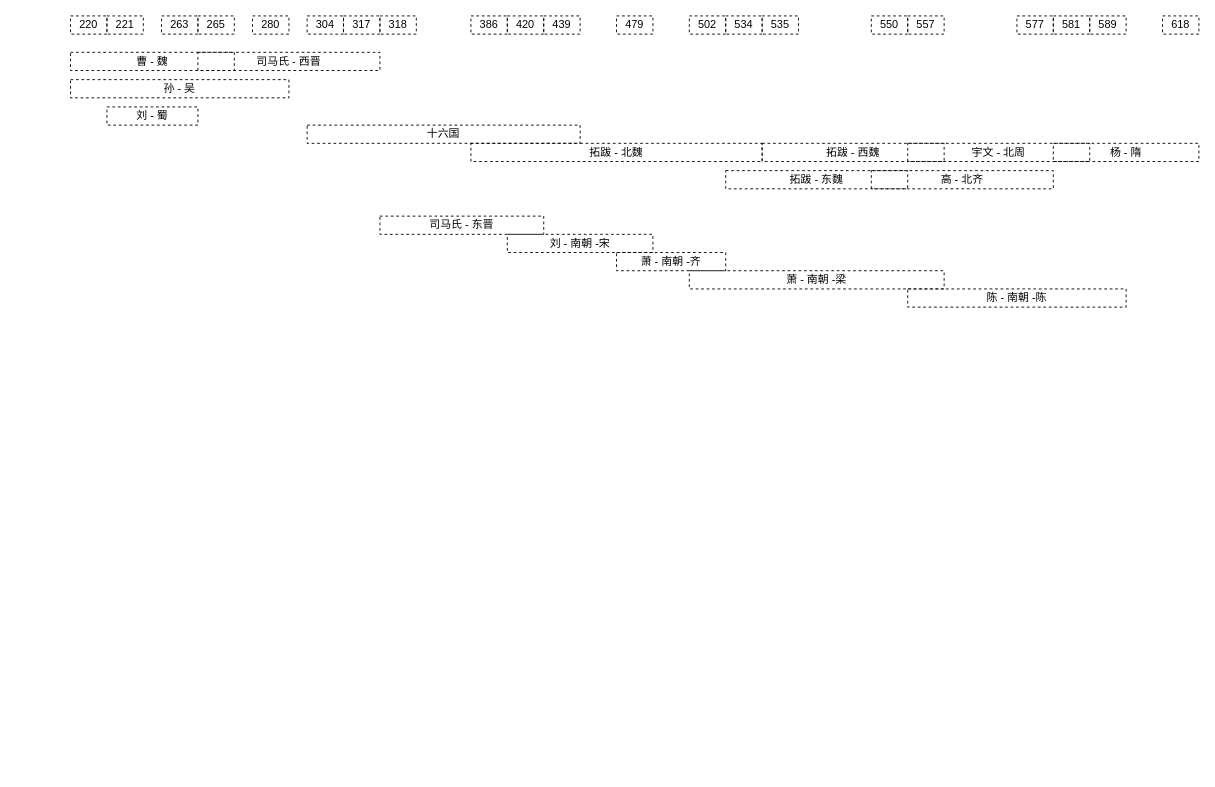
Before: links/三国两晋南北朝.drawio in gaochunf/fancy-world-events, a draw.io diagram. Source tidied: cells renumbered, new cells numbered last; positions are measured from the earlier drawing's top-left corner, leaving out a move shared by most shapes. Both pictures are drawn from the tidied source at 91%, with x=0, y=0 at pixel (70, 15).
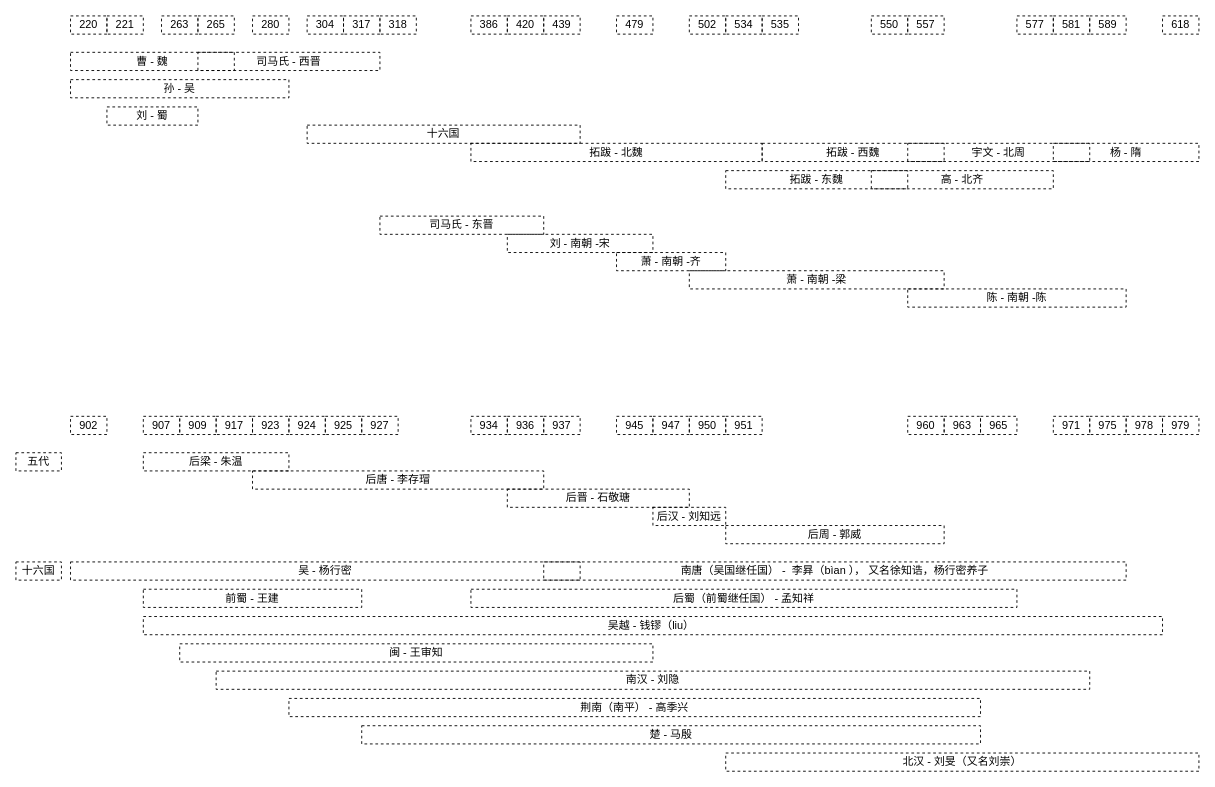
After the change.

What changed in the source:
```diff
@@
+    <mxCell id="39" value="907" style="rounded=0;whiteSpace=wrap;html=1;dashed=1;fillColor=none;" parent="1" vertex="1">
+      <mxGeometry x="80" y="440" width="40" height="20" as="geometry" />
+    </mxCell>
+    <mxCell id="40" value="923" style="rounded=0;whiteSpace=wrap;html=1;dashed=1;fillColor=none;" parent="1" vertex="1">
+      <mxGeometry x="200" y="440" width="40" height="20" as="geometry" />
+    </mxCell>
+    <mxCell id="41" value="936" style="rounded=0;whiteSpace=wrap;html=1;dashed=1;fillColor=none;" parent="1" vertex="1">
+      <mxGeometry x="480" y="440" width="40" height="20" as="geometry" />
+    </mxCell>
+    <mxCell id="42" value="947" style="rounded=0;whiteSpace=wrap;html=1;dashed=1;fillColor=none;" parent="1" vertex="1">
+      <mxGeometry x="640" y="440" width="40" height="20" as="geometry" />
+    </mxCell>
+    <mxCell id="43" value="950" style="rounded=0;whiteSpace=wrap;html=1;dashed=1;fillColor=none;" parent="1" vertex="1">
+      <mxGeometry x="680" y="440" width="40" height="20" as="geometry" />
+    </mxCell>
+    <mxCell id="44" value="960" style="rounded=0;whiteSpace=wrap;html=1;dashed=1;fillColor=none;" parent="1" vertex="1">
+      <mxGeometry x="920" y="440" width="40" height="20" as="geometry" />
+    </mxCell>
+    <mxCell id="45" value="后梁 - 朱温" style="rounded=0;whiteSpace=wrap;html=1;dashed=1;fillColor=none;" parent="1" vertex="1">
+      <mxGeometry x="80" y="480" width="160" height="20" as="geometry" />
+    </mxCell>
+    <mxCell id="46" value="后唐 - 李存瑁" style="rounded=0;whiteSpace=wrap;html=1;dashed=1;fillColor=none;" parent="1" vertex="1">
+      <mxGeometry x="200" y="500" width="320" height="20" as="geometry" />
+    </mxCell>
+    <mxCell id="47" value="后晋 - 石敬瑭" style="rounded=0;whiteSpace=wrap;html=1;dashed=1;fillColor=none;" parent="1" vertex="1">
+      <mxGeometry x="480" y="520" width="200" height="20" as="geometry" />
+    </mxCell>
+    <mxCell id="48" value="后汉 - 刘知远" style="rounded=0;whiteSpace=wrap;html=1;dashed=1;fillColor=none;" parent="1" vertex="1">
+      <mxGeometry x="640" y="540" width="80" height="20" as="geometry" />
+    </mxCell>
+    <mxCell id="49" value="后周 - 郭威" style="rounded=0;whiteSpace=wrap;html=1;dashed=1;fillColor=none;" parent="1" vertex="1">
+      <mxGeometry x="720" y="560" width="240" height="20" as="geometry" />
+    </mxCell>
+    <mxCell id="50" value="五代" style="rounded=0;whiteSpace=wrap;html=1;dashed=1;fillColor=none;" parent="1" vertex="1">
+      <mxGeometry x="-60" y="480" width="50" height="20" as="geometry" />
+    </mxCell>
+    <mxCell id="51" value="十六国" style="rounded=0;whiteSpace=wrap;html=1;dashed=1;fillColor=none;" parent="1" vertex="1">
+      <mxGeometry x="-60" y="600" width="50" height="20" as="geometry" />
+    </mxCell>
+    <mxCell id="52" value="902" style="rounded=0;whiteSpace=wrap;html=1;dashed=1;fillColor=none;" parent="1" vertex="1">
+      <mxGeometry y="440" width="40" height="20" as="geometry" />
+    </mxCell>
+    <mxCell id="53" value="937" style="rounded=0;whiteSpace=wrap;html=1;dashed=1;fillColor=none;" parent="1" vertex="1">
+      <mxGeometry x="520" y="440" width="40" height="20" as="geometry" />
+    </mxCell>
+    <mxCell id="54" value="吴 - 杨行密" style="rounded=0;whiteSpace=wrap;html=1;dashed=1;fillColor=none;" parent="1" vertex="1">
+      <mxGeometry y="600" width="560" height="20" as="geometry" />
+    </mxCell>
+    <mxCell id="55" value="925" style="rounded=0;whiteSpace=wrap;html=1;dashed=1;fillColor=none;" parent="1" vertex="1">
+      <mxGeometry x="280" y="440" width="40" height="20" as="geometry" />
+    </mxCell>
+    <mxCell id="56" value="前蜀 - 王建" style="rounded=0;whiteSpace=wrap;html=1;dashed=1;fillColor=none;" parent="1" vertex="1">
+      <mxGeometry x="80" y="630" width="240" height="20" as="geometry" />
+    </mxCell>
+    <mxCell id="57" value="978" style="rounded=0;whiteSpace=wrap;html=1;dashed=1;fillColor=none;" parent="1" vertex="1">
+      <mxGeometry x="1160" y="440" width="40" height="20" as="geometry" />
+    </mxCell>
+    <mxCell id="58" value="吴越 - 钱镠（liu）&amp;nbsp;" style="rounded=0;whiteSpace=wrap;html=1;dashed=1;fillColor=none;" parent="1" vertex="1">
+      <mxGeometry x="80" y="660" width="1120" height="20" as="geometry" />
+    </mxCell>
+    <mxCell id="59" value="909" style="rounded=0;whiteSpace=wrap;html=1;dashed=1;fillColor=none;" parent="1" vertex="1">
+      <mxGeometry x="120" y="440" width="40" height="20" as="geometry" />
+    </mxCell>
+    <mxCell id="60" value="945" style="rounded=0;whiteSpace=wrap;html=1;dashed=1;fillColor=none;" parent="1" vertex="1">
+      <mxGeometry x="600" y="440" width="40" height="20" as="geometry" />
+    </mxCell>
+    <mxCell id="61" value="闽 - 王审知" style="rounded=0;whiteSpace=wrap;html=1;dashed=1;fillColor=none;" parent="1" vertex="1">
+      <mxGeometry x="120" y="690" width="520" height="20" as="geometry" />
+    </mxCell>
+    <mxCell id="62" value="917" style="rounded=0;whiteSpace=wrap;html=1;dashed=1;fillColor=none;" parent="1" vertex="1">
+      <mxGeometry x="160" y="440" width="40" height="20" as="geometry" />
+    </mxCell>
+    <mxCell id="63" value="971" style="rounded=0;whiteSpace=wrap;html=1;dashed=1;fillColor=none;" parent="1" vertex="1">
+      <mxGeometry x="1080" y="440" width="40" height="20" as="geometry" />
+    </mxCell>
+    <mxCell id="64" value="南汉 - 刘隐" style="rounded=0;whiteSpace=wrap;html=1;dashed=1;fillColor=none;" parent="1" vertex="1">
+      <mxGeometry x="160" y="720" width="960" height="20" as="geometry" />
+    </mxCell>
+    <mxCell id="65" value="924" style="rounded=0;whiteSpace=wrap;html=1;dashed=1;fillColor=none;" parent="1" vertex="1">
+      <mxGeometry x="240" y="440" width="40" height="20" as="geometry" />
+    </mxCell>
+    <mxCell id="66" value="963" style="rounded=0;whiteSpace=wrap;html=1;dashed=1;fillColor=none;" parent="1" vertex="1">
+      <mxGeometry x="960" y="440" width="40" height="20" as="geometry" />
+    </mxCell>
+    <mxCell id="67" value="荆南（南平） - 高季兴" style="rounded=0;whiteSpace=wrap;html=1;dashed=1;fillColor=none;" parent="1" vertex="1">
+      <mxGeometry x="240" y="750" width="760" height="20" as="geometry" />
+    </mxCell>
+    <mxCell id="68" value="951" style="rounded=0;whiteSpace=wrap;html=1;dashed=1;fillColor=none;" parent="1" vertex="1">
+      <mxGeometry x="720" y="440" width="40" height="20" as="geometry" />
+    </mxCell>
+    <mxCell id="69" value="927" style="rounded=0;whiteSpace=wrap;html=1;dashed=1;fillColor=none;" parent="1" vertex="1">
+      <mxGeometry x="320" y="440" width="40" height="20" as="geometry" />
+    </mxCell>
+    <mxCell id="70" value="楚 - 马殷" style="rounded=0;whiteSpace=wrap;html=1;dashed=1;fillColor=none;" parent="1" vertex="1">
+      <mxGeometry x="320" y="780" width="680" height="20" as="geometry" />
+    </mxCell>
+    <mxCell id="71" value="934" style="rounded=0;whiteSpace=wrap;html=1;dashed=1;fillColor=none;" parent="1" vertex="1">
+      <mxGeometry x="440" y="440" width="40" height="20" as="geometry" />
+    </mxCell>
+    <mxCell id="72" value="965" style="rounded=0;whiteSpace=wrap;html=1;dashed=1;fillColor=none;" parent="1" vertex="1">
+      <mxGeometry x="1000" y="440" width="40" height="20" as="geometry" />
+    </mxCell>
+    <mxCell id="73" value="后蜀（前蜀继任国） - 孟知祥" style="rounded=0;whiteSpace=wrap;html=1;dashed=1;fillColor=none;" parent="1" vertex="1">
+      <mxGeometry x="440" y="630" width="600" height="20" as="geometry" />
+    </mxCell>
+    <mxCell id="74" value="南唐（吴国继任国） -&amp;nbsp; 李昪（bìan ）， 又名徐知诰，杨行密养子" style="rounded=0;whiteSpace=wrap;html=1;dashed=1;fillColor=none;" parent="1" vertex="1">
+      <mxGeometry x="520" y="600" width="640" height="20" as="geometry" />
+    </mxCell>
+    <mxCell id="75" value="975" style="rounded=0;whiteSpace=wrap;html=1;dashed=1;fillColor=none;" parent="1" vertex="1">
+      <mxGeometry x="1120" y="440" width="40" height="20" as="geometry" />
+    </mxCell>
+    <mxCell id="76" value="北汉 - 刘旻（又名刘崇）" style="rounded=0;whiteSpace=wrap;html=1;dashed=1;fillColor=none;" parent="1" vertex="1">
+      <mxGeometry x="720" y="810" width="520" height="20" as="geometry" />
+    </mxCell>
+    <mxCell id="77" value="979" style="rounded=0;whiteSpace=wrap;html=1;dashed=1;fillColor=none;" parent="1" vertex="1">
+      <mxGeometry x="1200" y="440" width="40" height="20" as="geometry" />
+    </mxCell>
```
